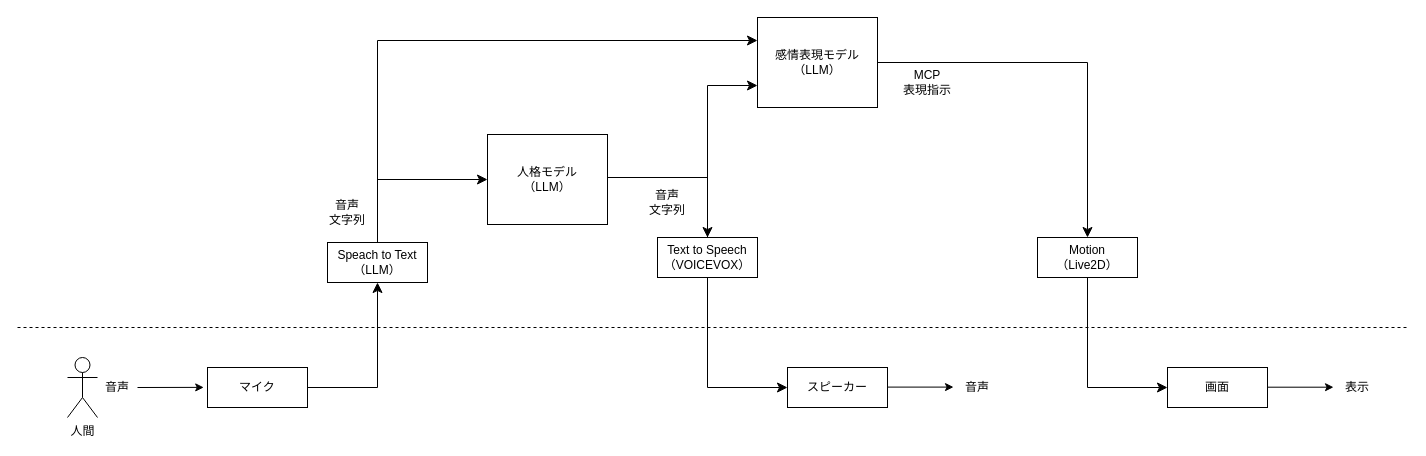
This is page "アーキテクチャ_現状" (2 of 3) of document/system/architecture.drawio from CodeneAria/PersonalityEmulator, a draw.io file, before an edit. Source tidied: cells renumbered, new cells numbered last; positions are measured from the earlier drawing's top-left corner, leaving out a move shared by most shapes. Both pictures are drawn from the tidied source at 100%, with x=0, y=0 at pixel (17, 17).
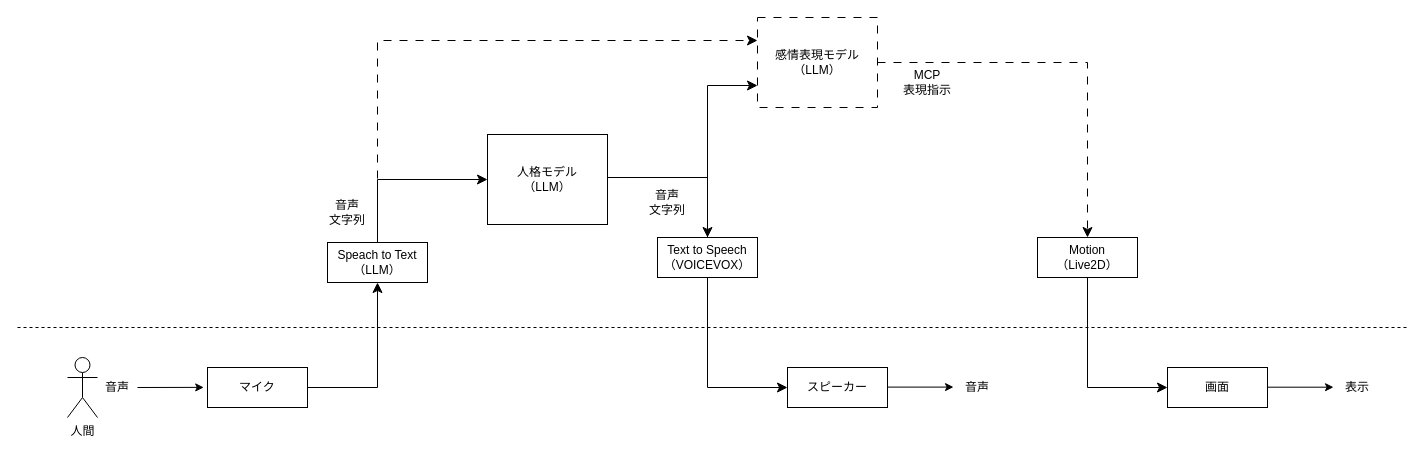
The same page after the edit.

The change refers to these unchanged cells:
```xml
<mxCell id="7" value="Speach to Text&lt;div&gt;（LLM）&lt;/div&gt;" style="rounded=0;whiteSpace=wrap;html=1;" parent="1" vertex="1">
  <mxGeometry x="310" y="225" width="100" height="40" as="geometry" />
</mxCell>
<mxCell id="22" value="&lt;div&gt;&lt;font color=&quot;#000000&quot;&gt;Motion&lt;/font&gt;&lt;/div&gt;&lt;div&gt;（Live2D）&lt;/div&gt;" style="rounded=0;whiteSpace=wrap;html=1;" parent="1" vertex="1">
  <mxGeometry x="1020" y="220" width="100" height="40" as="geometry" />
</mxCell>
```

Diff of the diagram source:
```diff
@@
-    <mxCell id="19" value="感情表現モデル&lt;div&gt;（LLM）&lt;/div&gt;" style="rounded=0;whiteSpace=wrap;html=1;" parent="1" vertex="1">
+    <mxCell id="19" value="感情表現モデル&lt;div&gt;（LLM）&lt;/div&gt;" style="rounded=0;whiteSpace=wrap;html=1;dashed=1;dashPattern=8 8;" parent="1" vertex="1">
       <mxGeometry x="740" width="120" height="90" as="geometry" />
     </mxCell>
-    <mxCell id="20" style="edgeStyle=elbowEdgeStyle;elbow=vertical;endArrow=classic;html=1;curved=0;rounded=0;endSize=8;startSize=8;entryX=0;entryY=0.25;entryDx=0;entryDy=0;" parent="1" edge="1" source="7" target="19">
+    <mxCell id="20" style="edgeStyle=elbowEdgeStyle;elbow=vertical;endArrow=classic;html=1;curved=0;rounded=0;endSize=8;startSize=8;entryX=0;entryY=0.25;entryDx=0;entryDy=0;dashed=1;dashPattern=8 8;" parent="1" edge="1" source="7" target="19">
       <mxGeometry relative="1" as="geometry">
         <Array as="points">
           <mxPoint x="630" y="23" />
         </Array>
       </mxGeometry>
     </mxCell>
@@
-    <mxCell id="23" style="edgeStyle=elbowEdgeStyle;elbow=vertical;endArrow=classic;html=1;curved=0;rounded=0;endSize=8;startSize=8;entryX=0.5;entryY=0;entryDx=0;entryDy=0;exitX=1;exitY=0.5;exitDx=0;exitDy=0;" parent="1" edge="1" source="19" target="22">
+    <mxCell id="23" style="edgeStyle=elbowEdgeStyle;elbow=vertical;endArrow=classic;html=1;curved=0;rounded=0;endSize=8;startSize=8;entryX=0.5;entryY=0;entryDx=0;entryDy=0;exitX=1;exitY=0.5;exitDx=0;exitDy=0;dashed=1;dashPattern=8 8;" parent="1" edge="1" source="19" target="22">
       <mxGeometry relative="1" as="geometry">
         <Array as="points">
           <mxPoint x="950" y="45" />
         </Array>
       </mxGeometry>
     </mxCell>
```
